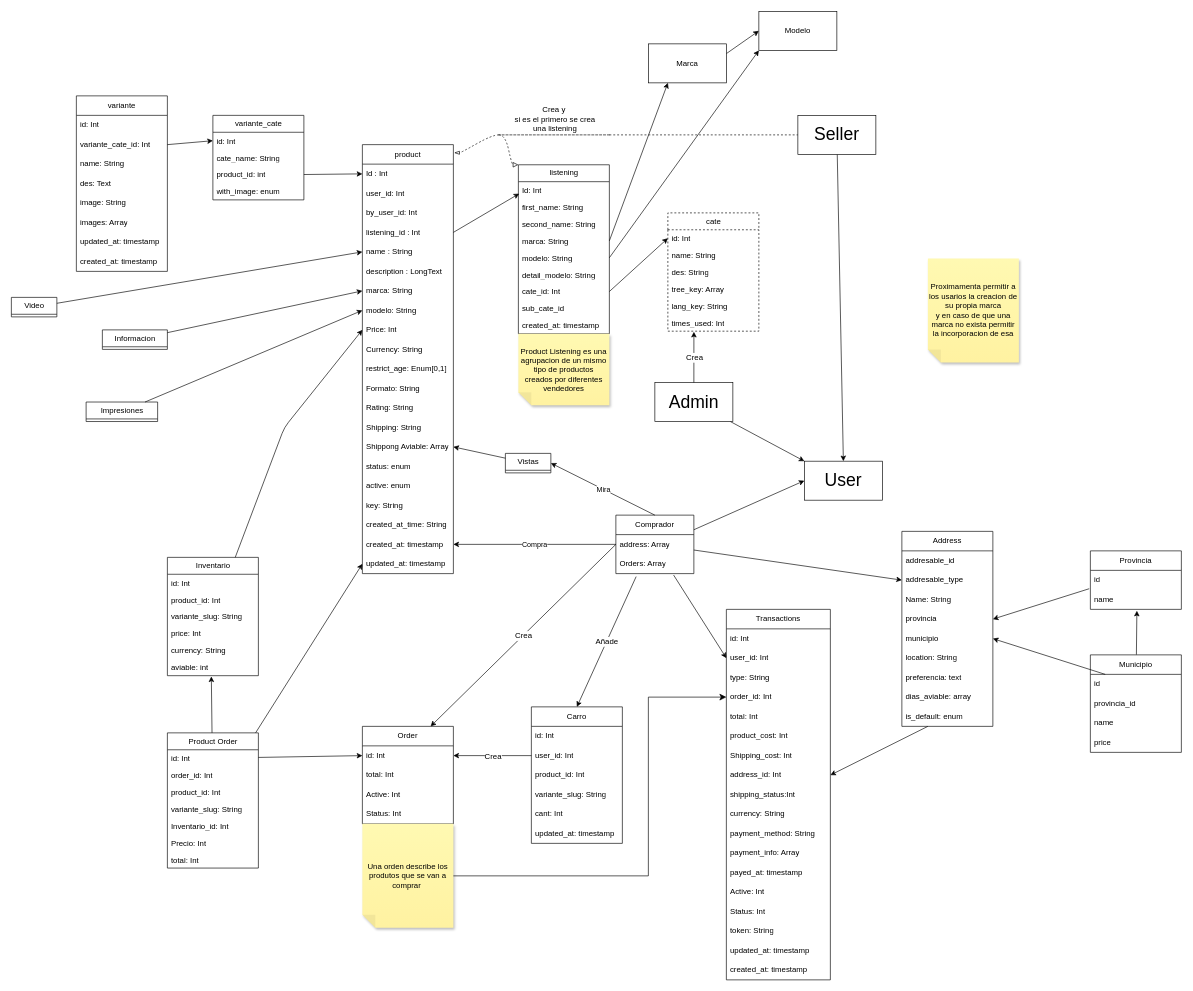
Before: page "Product Diagram" (1 of 5) of uml.drawio in thekevinrex/VirtualShop, a draw.io diagram. Source tidied: cells renumbered, new cells numbered last; positions are measured from the earlier drawing's top-left corner, leaving out a move shared by most shapes. Both pictures are drawn from the tidied source at 65%, with x=0, y=0 at pixel (11, 11).
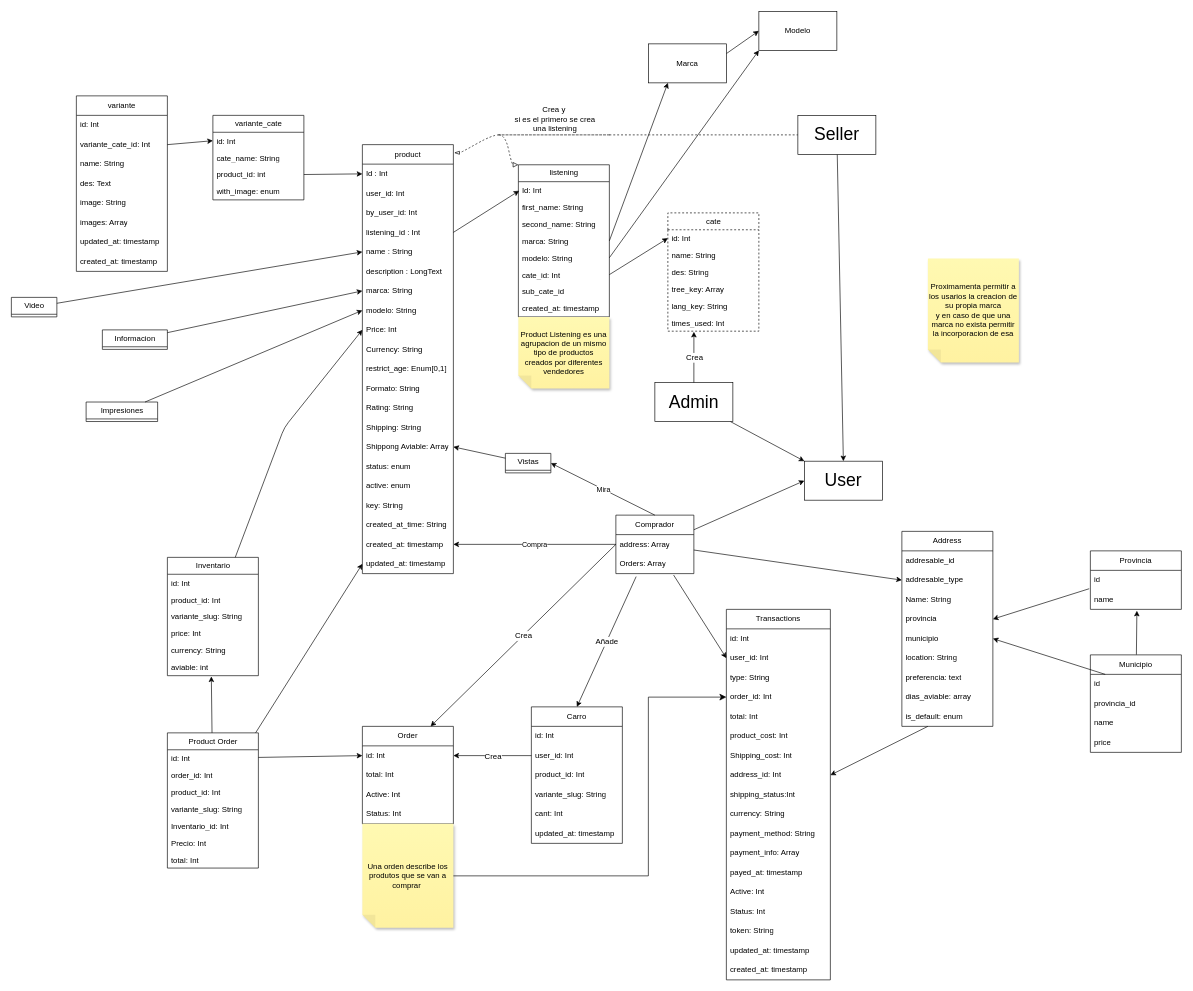
Above is the later version.

Change to the diagram source:
```diff
@@
     <mxCell id="28" value="listening" style="swimlane;fontStyle=0;horizontal=1;startSize=26;fillColor=none;html=1;" parent="1" vertex="1">
-      <mxGeometry x="780" y="236" width="140" height="260" as="geometry" />
+      <mxGeometry x="780" y="236" width="140" height="234" as="geometry" />
     </mxCell>
@@
-    <mxCell id="34" value="detail_modelo: String" style="text;strokeColor=none;fillColor=none;align=left;verticalAlign=top;spacingLeft=4;spacingRight=4;overflow=hidden;whiteSpace=wrap;html=1;" parent="28" vertex="1">
-      <mxGeometry y="156" width="140" height="26" as="geometry" />
-    </mxCell>
     <mxCell id="35" value="cate_id: Int" style="text;strokeColor=none;fillColor=none;align=left;verticalAlign=top;spacingLeft=4;spacingRight=4;overflow=hidden;points=[[0,0.5],[1,0.5]];portConstraint=eastwest;whiteSpace=wrap;html=1;" parent="28" vertex="1">
-      <mxGeometry y="182" width="140" height="26" as="geometry" />
+      <mxGeometry y="156" width="140" height="26" as="geometry" />
     </mxCell>
     <mxCell id="36" value="sub_cate_id" style="text;strokeColor=none;fillColor=none;align=left;verticalAlign=top;spacingLeft=4;spacingRight=4;overflow=hidden;whiteSpace=wrap;html=1;" parent="28" vertex="1">
-      <mxGeometry y="208" width="140" height="26" as="geometry" />
+      <mxGeometry y="182" width="140" height="26" as="geometry" />
     </mxCell>
     <mxCell id="37" value="created_at: timestamp" style="text;strokeColor=none;fillColor=none;align=left;verticalAlign=top;spacingLeft=4;spacingRight=4;overflow=hidden;whiteSpace=wrap;html=1;" parent="28" vertex="1">
-      <mxGeometry y="234" width="140" height="26" as="geometry" />
+      <mxGeometry y="208" width="140" height="26" as="geometry" />
     </mxCell>
@@
     <mxCell id="44" value="Product Listening es una agrupacion de un mismo tipo de productos creados por diferentes vendedores" style="shape=note;whiteSpace=wrap;html=1;backgroundOutline=1;fontColor=#000000;darkOpacity=0.05;fillColor=#FFF9B2;strokeColor=none;fillStyle=solid;direction=west;gradientDirection=north;gradientColor=#FFF2A1;shadow=1;size=20;dashed=1;" parent="1" vertex="1">
-      <mxGeometry x="780" y="496" width="140" height="110" as="geometry" />
+      <mxGeometry x="780" y="470" width="140" height="110" as="geometry" />
     </mxCell>
```
